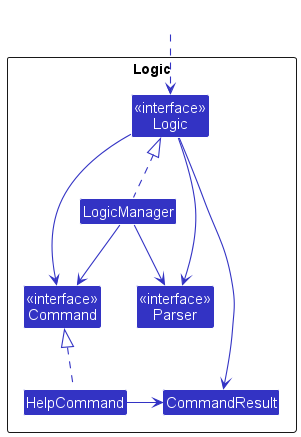
This is docs/images/HelpClassDiagram.png from swtan346/tp, a PlantUML export, as it was before one commit.
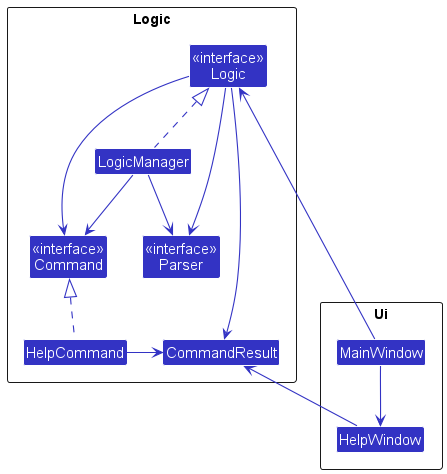
The same file after the commit.

Commit message:
Modify diagrams and descriptions for helpcommand

What changed in the source:
```diff
@@ -25,7 +25,13 @@
 Parser -[hidden]down-> HelpCommand
 }
 
-Class HiddenOutside #FFFFFF
-HiddenOutside .down.> Logic
+Package Ui as UiPackage <<Rectangle>>{
+Class MainWindow
+Class HelpWindow
+}
+
+MainWindow -right-> Logic
+MainWindow -down-> HelpWindow
+HelpWindow -up-> CommandResult
 
 @enduml
```
